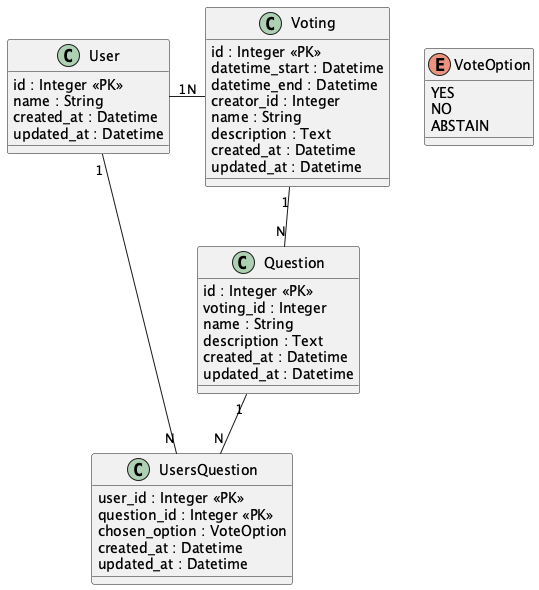
This is docs/diagrams/Voting System Class Diagram.png from jacky32/slovjani, a PlantUML export, as it was before one commit.
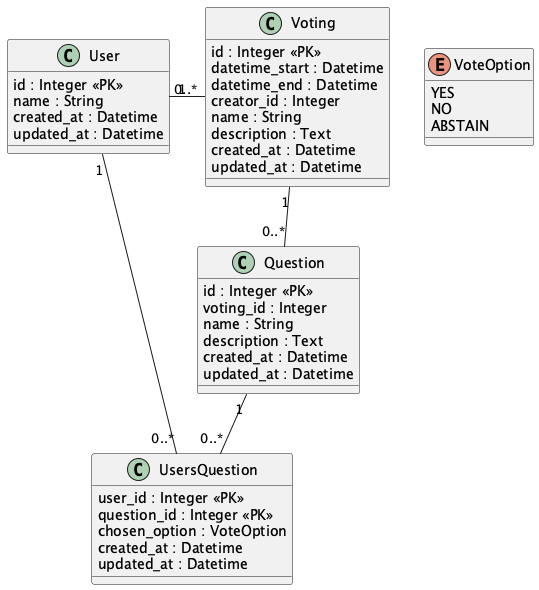
After the change.

What changed in the source:
```diff
@@ -41,9 +41,9 @@
   updated_at : Datetime
 }
 
-Voting "1" -- "N" Question
-User "1" -- "N" UsersQuestion
-Question "1" -- "N" UsersQuestion
-User "1" - "N" Voting
+Voting "1" -- "0..*" Question
+User "1" -- "0..*" UsersQuestion
+Question "1" -- "0..*" UsersQuestion
+User "1" - "0..*" Voting
 
 @enduml
```
